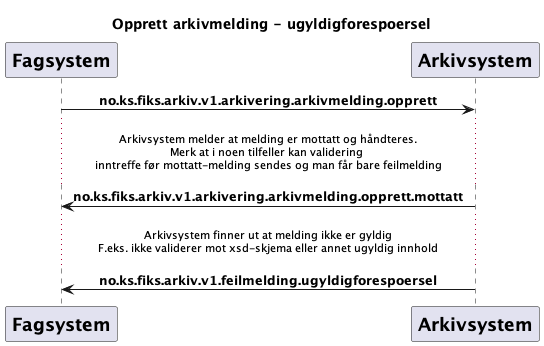
Before: Dokumentasjon/V1/Meldinger/no.ks.fiks.arkiv.v1.arkivering.arkivmelding.opprett/arkivmelding-opprett-feilmelding-ugyldigforespoersel.png, a diagram exported from PlantUML (ks-no/fiks-arkiv-specification). Its diagram source:
```plantuml
@startuml
skinparam sequenceMessageAlign center

title "Opprett arkivmelding - ugyldigforespoersel"

participant Fagsystem [
    = Fagsystem
]
participant Arkivsystem [
    = Arkivsystem
]

Fagsystem -> Arkivsystem : **no.ks.fiks.arkiv.v1.arkivering.arkivmelding.opprett**
...Arkivsystem melder at melding er mottatt og håndteres.\nMerk at i noen tilfeller kan validering \ninntreffe før mottatt-melding sendes og man får bare feilmelding...
Arkivsystem -> Fagsystem : **no.ks.fiks.arkiv.v1.arkivering.arkivmelding.opprett.mottatt**
...Arkivsystem finner ut at melding ikke er gyldig\nF.eks. ikke validerer mot xsd-skjema eller annet ugyldig innhold...
Arkivsystem -> Fagsystem : **no.ks.fiks.arkiv.v1.feilmelding.ugyldigforespoersel**

@enduml
```
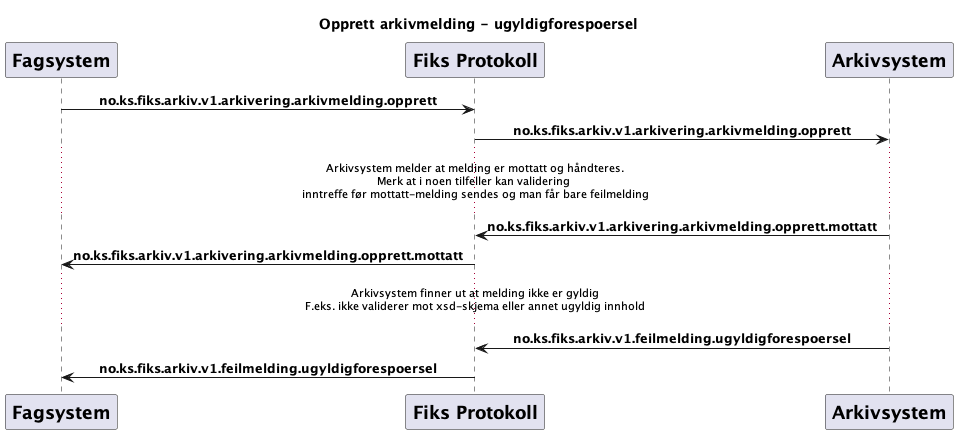
Later version of the same file.

What changed in the source:
```diff
@@ -6,14 +6,20 @@
 participant Fagsystem [
     = Fagsystem
 ]
+participant FiksProtokoll [
+    = Fiks Protokoll
+]
 participant Arkivsystem [
     = Arkivsystem
 ]
 
-Fagsystem -> Arkivsystem : **no.ks.fiks.arkiv.v1.arkivering.arkivmelding.opprett**
+Fagsystem -> FiksProtokoll : **no.ks.fiks.arkiv.v1.arkivering.arkivmelding.opprett**
+FiksProtokoll -> Arkivsystem : **no.ks.fiks.arkiv.v1.arkivering.arkivmelding.opprett**
 ...Arkivsystem melder at melding er mottatt og håndteres.\nMerk at i noen tilfeller kan validering \ninntreffe før mottatt-melding sendes og man får bare feilmelding...
-Arkivsystem -> Fagsystem : **no.ks.fiks.arkiv.v1.arkivering.arkivmelding.opprett.mottatt**
+Arkivsystem -> FiksProtokoll : **no.ks.fiks.arkiv.v1.arkivering.arkivmelding.opprett.mottatt**
+FiksProtokoll -> Fagsystem : **no.ks.fiks.arkiv.v1.arkivering.arkivmelding.opprett.mottatt**
 ...Arkivsystem finner ut at melding ikke er gyldig\nF.eks. ikke validerer mot xsd-skjema eller annet ugyldig innhold...
-Arkivsystem -> Fagsystem : **no.ks.fiks.arkiv.v1.feilmelding.ugyldigforespoersel**
+Arkivsystem -> FiksProtokoll : **no.ks.fiks.arkiv.v1.feilmelding.ugyldigforespoersel**
+FiksProtokoll -> Fagsystem : **no.ks.fiks.arkiv.v1.feilmelding.ugyldigforespoersel**
 
 @enduml
```
